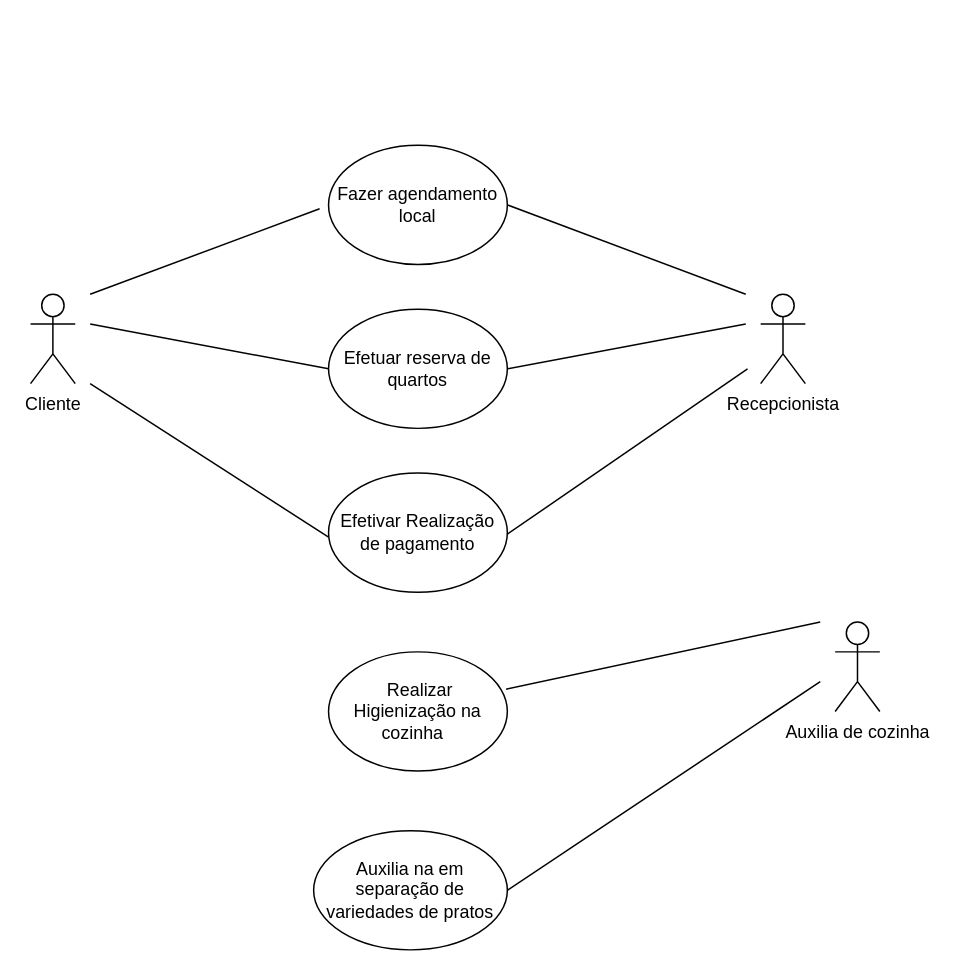
helio0278/diagramasderequisitos keeps this draw.io diagram as page "pagina3" (3 of 5) of Diagrama sem nome.drawio. Above is the earlier version. Source tidied: cells renumbered, new cells numbered last; positions are measured from the earlier drawing's top-left corner, leaving out a move shared by most shapes. Both pictures are drawn from the tidied source at 149%, with x=0, y=0 at pixel (30, 145).
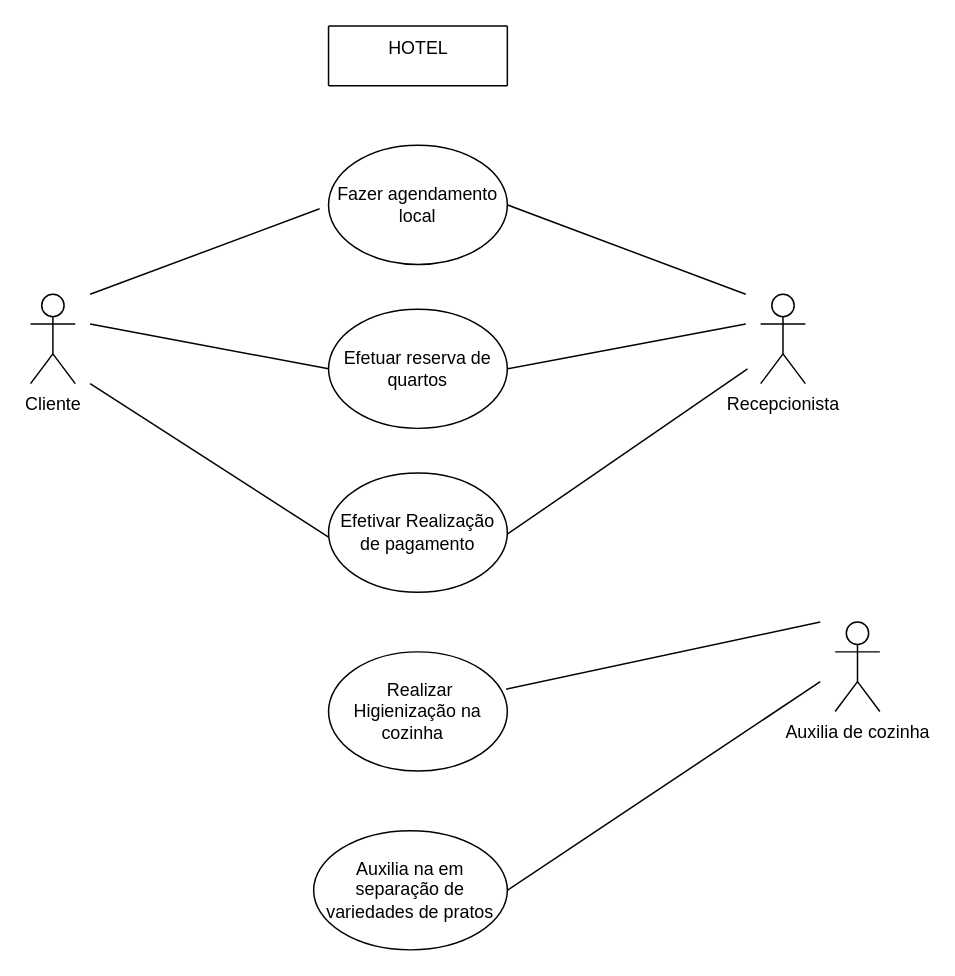
Above is the later version.

Diff of the diagram source:
```diff
@@
+    <mxCell id="18" style="endArrow=none;html=1;rounded=0;" parent="1" edge="1">
+      <mxGeometry relative="1" as="geometry">
+        <mxPoint x="200" y="-80" as="sourcePoint" />
+        <mxPoint x="320" y="-80" as="targetPoint" />
+      </mxGeometry>
+    </mxCell>
+    <mxCell id="19" style="endArrow=none;html=1;rounded=0;" parent="1" edge="1">
+      <mxGeometry relative="1" as="geometry">
+        <mxPoint x="200" y="-40" as="sourcePoint" />
+        <mxPoint x="320" y="-40" as="targetPoint" />
+      </mxGeometry>
+    </mxCell>
+    <mxCell id="20" style="endArrow=none;html=1;rounded=0;" parent="1" edge="1">
+      <mxGeometry relative="1" as="geometry">
+        <mxPoint x="200" y="-40" as="sourcePoint" />
+        <mxPoint x="200" y="-80" as="targetPoint" />
+      </mxGeometry>
+    </mxCell>
+    <mxCell id="21" style="endArrow=none;html=1;rounded=0;" parent="1" edge="1">
+      <mxGeometry relative="1" as="geometry">
+        <mxPoint x="320" y="-40" as="sourcePoint" />
+        <mxPoint x="320" y="-80" as="targetPoint" />
+      </mxGeometry>
+    </mxCell>
+    <mxCell id="22" value="HOTEL" style="text;html=1;align=center;verticalAlign=middle;strokeColor=none;fillColor=none;" parent="1" vertex="1">
+      <mxGeometry x="230" y="-80" width="60" height="30" as="geometry" />
+    </mxCell>
```
